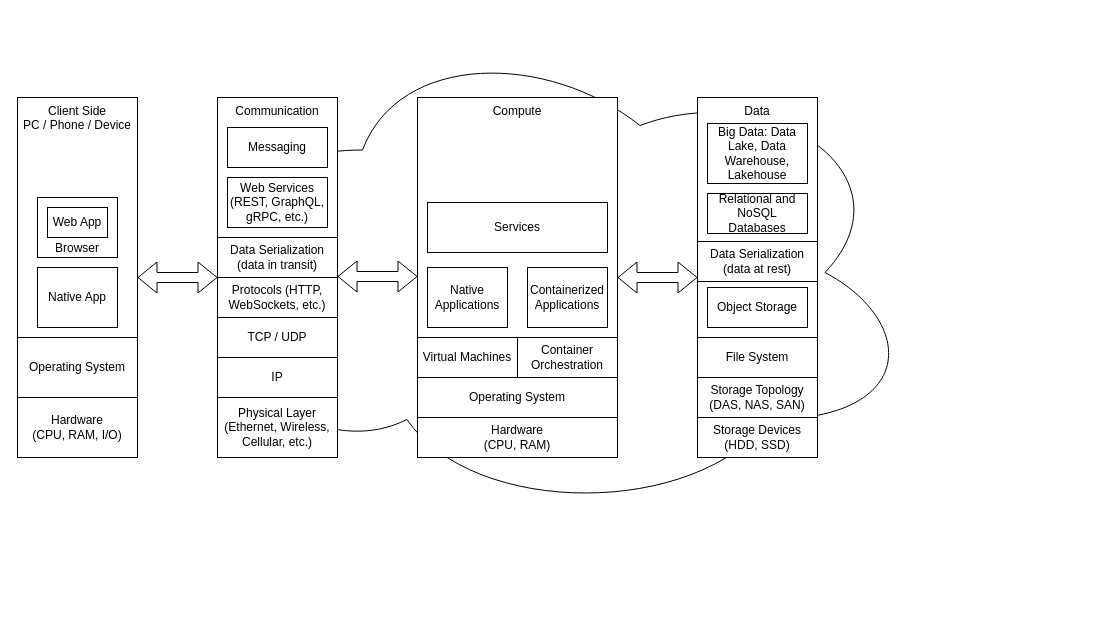
This is page "Stack" (2 of 2) of diagrams/cloud.drawio from yoadg/yoadg.github.io, a draw.io file, before an edit. Source tidied: cells renumbered, new cells numbered last; positions are measured from the earlier drawing's top-left corner, leaving out a move shared by most shapes. Both pictures are drawn from the tidied source at 100%, with x=0, y=0 at pixel (17, 27).
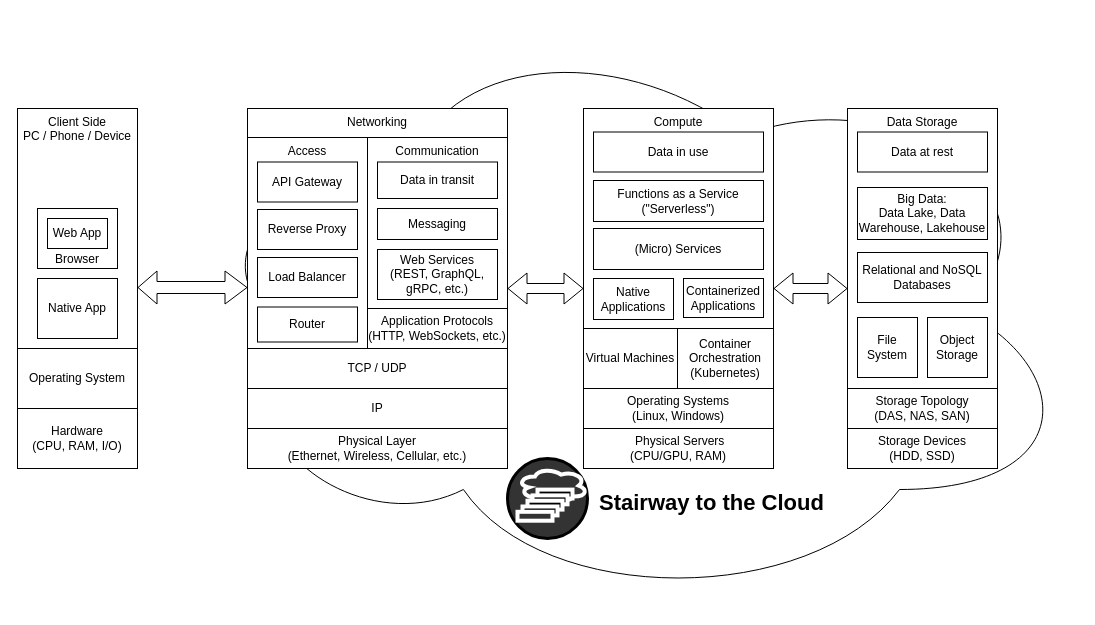
The same diagram, later.

Commit message (it also covers changes not shown here):
Cloud stack

What changed in the source:
```diff
@@
     <mxCell id="2" style="ellipse;shape=cloud;whiteSpace=wrap;html=1;" parent="1" vertex="1">
-      <mxGeometry x="160" width="740" height="490" as="geometry" />
+      <mxGeometry x="170" y="-10" width="890" height="590" as="geometry" />
     </mxCell>
+    <mxCell id="9" value="Networking" style="rounded=0;whiteSpace=wrap;html=1;verticalAlign=top;" parent="1" vertex="1">
+      <mxGeometry x="230" y="81" width="260" height="360" as="geometry" />
+    </mxCell>
+    <mxCell id="36" value="Access" style="rounded=0;whiteSpace=wrap;html=1;verticalAlign=top;" parent="1" vertex="1">
+      <mxGeometry x="230" y="110" width="120" height="211" as="geometry" />
+    </mxCell>
+    <mxCell id="37" value="Communication" style="rounded=0;whiteSpace=wrap;html=1;verticalAlign=top;" parent="1" vertex="1">
+      <mxGeometry x="350" y="110" width="140" height="171" as="geometry" />
+    </mxCell>
     <mxCell id="3" value="Client Side&lt;br&gt;PC / Phone / Device" style="rounded=0;whiteSpace=wrap;html=1;verticalAlign=top;" parent="1" vertex="1">
-      <mxGeometry y="70" width="120" height="360" as="geometry" />
+      <mxGeometry y="81" width="120" height="360" as="geometry" />
     </mxCell>
     <mxCell id="4" value="Hardware &lt;br&gt;(CPU, RAM, I/O)" style="rounded=0;whiteSpace=wrap;html=1;" parent="1" vertex="1">
-      <mxGeometry y="370" width="120" height="60" as="geometry" />
+      <mxGeometry y="381" width="120" height="60" as="geometry" />
     </mxCell>
     <mxCell id="5" value="Operating System" style="rounded=0;whiteSpace=wrap;html=1;" parent="1" vertex="1">
-      <mxGeometry y="310" width="120" height="60" as="geometry" />
+      <mxGeometry y="321" width="120" height="60" as="geometry" />
     </mxCell>
     <mxCell id="6" value="Browser" style="rounded=0;whiteSpace=wrap;html=1;verticalAlign=bottom;" parent="1" vertex="1">
-      <mxGeometry x="20" y="170" width="80" height="60" as="geometry" />
+      <mxGeometry x="20" y="181" width="80" height="60" as="geometry" />
     </mxCell>
     <mxCell id="7" value="Web App" style="rounded=0;whiteSpace=wrap;html=1;" parent="1" vertex="1">
-      <mxGeometry x="30" y="180" width="60" height="30" as="geometry" />
+      <mxGeometry x="30" y="191" width="60" height="30" as="geometry" />
     </mxCell>
     <mxCell id="8" value="Native App" style="rounded=0;whiteSpace=wrap;html=1;" parent="1" vertex="1">
-      <mxGeometry x="20" y="240" width="80" height="60" as="geometry" />
+      <mxGeometry x="20" y="251" width="80" height="60" as="geometry" />
     </mxCell>
-    <mxCell id="9" value="Communication" style="rounded=0;whiteSpace=wrap;html=1;verticalAlign=top;" parent="1" vertex="1">
-      <mxGeometry x="200" y="70" width="120" height="360" as="geometry" />
-    </mxCell>
-    <mxCell id="10" value="Physical Layer (Ethernet, Wireless, Cellular, etc.)" style="rounded=0;whiteSpace=wrap;html=1;" parent="1" vertex="1">
-      <mxGeometry x="200" y="370" width="120" height="60" as="geometry" />
+    <mxCell id="10" value="Physical Layer &lt;br&gt;(Ethernet, Wireless, Cellular, etc.)" style="rounded=0;whiteSpace=wrap;html=1;" parent="1" vertex="1">
+      <mxGeometry x="230" y="401" width="260" height="40" as="geometry" />
     </mxCell>
     <mxCell id="11" value="IP" style="rounded=0;whiteSpace=wrap;html=1;" parent="1" vertex="1">
-      <mxGeometry x="200" y="330" width="120" height="40" as="geometry" />
+      <mxGeometry x="230" y="361" width="260" height="40" as="geometry" />
     </mxCell>
     <mxCell id="12" value="TCP / UDP" style="rounded=0;whiteSpace=wrap;html=1;" parent="1" vertex="1">
-      <mxGeometry x="200" y="290" width="120" height="40" as="geometry" />
+      <mxGeometry x="230" y="321" width="260" height="40" as="geometry" />
     </mxCell>
-    <mxCell id="13" value="Protocols (HTTP, WebSockets, etc.)" style="rounded=0;whiteSpace=wrap;html=1;" parent="1" vertex="1">
-      <mxGeometry x="200" y="250" width="120" height="40" as="geometry" />
+    <mxCell id="13" value="Application Protocols (HTTP, WebSockets, etc.)" style="rounded=0;whiteSpace=wrap;html=1;" parent="1" vertex="1">
+      <mxGeometry x="350" y="281" width="140" height="40" as="geometry" />
     </mxCell>
-    <mxCell id="14" value="Web Services (REST, GraphQL, gRPC, etc.)" style="rounded=0;whiteSpace=wrap;html=1;" parent="1" vertex="1">
-      <mxGeometry x="210" y="150" width="100" height="50" as="geometry" />
+    <mxCell id="14" value="Web Services &lt;br&gt;(REST, GraphQL, gRPC, etc.)" style="rounded=0;whiteSpace=wrap;html=1;" parent="1" vertex="1">
+      <mxGeometry x="360" y="222" width="120" height="50" as="geometry" />
     </mxCell>
     <mxCell id="15" value="Messaging" style="rounded=0;whiteSpace=wrap;html=1;" parent="1" vertex="1">
-      <mxGeometry x="210" y="100" width="100" height="40" as="geometry" />
+      <mxGeometry x="360" y="181" width="120" height="31" as="geometry" />
     </mxCell>
     <mxCell id="16" value="Compute" style="rounded=0;whiteSpace=wrap;html=1;verticalAlign=top;" parent="1" vertex="1">
-      <mxGeometry x="400" y="70" width="200" height="360" as="geometry" />
+      <mxGeometry x="566" y="81" width="190" height="360" as="geometry" />
     </mxCell>
-    <mxCell id="17" value="Hardware &lt;br&gt;(CPU, RAM)" style="rounded=0;whiteSpace=wrap;html=1;" parent="1" vertex="1">
-      <mxGeometry x="400" y="390" width="200" height="40" as="geometry" />
+    <mxCell id="17" value="&amp;nbsp;Physical Servers&lt;br&gt;(CPU/GPU, RAM)" style="rounded=0;whiteSpace=wrap;html=1;" parent="1" vertex="1">
+      <mxGeometry x="566" y="401" width="190" height="40" as="geometry" />
     </mxCell>
-    <mxCell id="18" value="Operating System" style="rounded=0;whiteSpace=wrap;html=1;" parent="1" vertex="1">
-      <mxGeometry x="400" y="350" width="200" height="40" as="geometry" />
+    <mxCell id="18" value="Operating Systems&lt;br&gt;(Linux, Windows)" style="rounded=0;whiteSpace=wrap;html=1;" parent="1" vertex="1">
+      <mxGeometry x="566" y="361" width="190" height="40" as="geometry" />
     </mxCell>
     <mxCell id="19" value="Virtual Machines" style="rounded=0;whiteSpace=wrap;html=1;" parent="1" vertex="1">
-      <mxGeometry x="400" y="310" width="100" height="40" as="geometry" />
+      <mxGeometry x="566" y="301" width="94" height="60" as="geometry" />
     </mxCell>
-    <mxCell id="20" value="Container Orchestration" style="rounded=0;whiteSpace=wrap;html=1;" parent="1" vertex="1">
-      <mxGeometry x="500" y="310" width="100" height="40" as="geometry" />
+    <mxCell id="20" value="Container Orchestration&lt;br&gt;(Kubernetes)" style="rounded=0;whiteSpace=wrap;html=1;" parent="1" vertex="1">
+      <mxGeometry x="660" y="301" width="96" height="60" as="geometry" />
     </mxCell>
-    <mxCell id="21" value="Data" style="rounded=0;whiteSpace=wrap;html=1;verticalAlign=top;" parent="1" vertex="1">
-      <mxGeometry x="680" y="70" width="120" height="360" as="geometry" />
+    <mxCell id="21" value="Data Storage" style="rounded=0;whiteSpace=wrap;html=1;verticalAlign=top;" parent="1" vertex="1">
+      <mxGeometry x="830" y="81" width="150" height="360" as="geometry" />
     </mxCell>
-    <mxCell id="22" value="Storage Devices (HDD, SSD)" style="rounded=0;whiteSpace=wrap;html=1;" parent="1" vertex="1">
-      <mxGeometry x="680" y="390" width="120" height="40" as="geometry" />
+    <mxCell id="22" value="Storage Devices &lt;br&gt;(HDD, SSD)" style="rounded=0;whiteSpace=wrap;html=1;" parent="1" vertex="1">
+      <mxGeometry x="830" y="401" width="150" height="40" as="geometry" />
     </mxCell>
-    <mxCell id="23" value="Storage Topology (DAS, NAS, SAN)" style="rounded=0;whiteSpace=wrap;html=1;" parent="1" vertex="1">
-      <mxGeometry x="680" y="350" width="120" height="40" as="geometry" />
+    <mxCell id="23" value="Storage Topology &lt;br&gt;(DAS, NAS, SAN)" style="rounded=0;whiteSpace=wrap;html=1;" parent="1" vertex="1">
+      <mxGeometry x="830" y="361" width="150" height="40" as="geometry" />
     </mxCell>
     <mxCell id="24" value="File System" style="rounded=0;whiteSpace=wrap;html=1;" parent="1" vertex="1">
-      <mxGeometry x="680" y="310" width="120" height="40" as="geometry" />
+      <mxGeometry x="840" y="290" width="60" height="60" as="geometry" />
     </mxCell>
     <mxCell id="25" value="Object Storage" style="rounded=0;whiteSpace=wrap;html=1;" parent="1" vertex="1">
-      <mxGeometry x="690" y="260" width="100" height="40" as="geometry" />
+      <mxGeometry x="910" y="290" width="60" height="60" as="geometry" />
     </mxCell>
     <mxCell id="26" value="Relational and NoSQL Databases" style="rounded=0;whiteSpace=wrap;html=1;" parent="1" vertex="1">
-      <mxGeometry x="690" y="166" width="100" height="40" as="geometry" />
+      <mxGeometry x="840" y="225" width="130" height="50" as="geometry" />
     </mxCell>
-    <mxCell id="27" value="Big Data: Data Lake, Data Warehouse, Lakehouse" style="rounded=0;whiteSpace=wrap;html=1;" parent="1" vertex="1">
-      <mxGeometry x="690" y="96" width="100" height="60" as="geometry" />
+    <mxCell id="27" value="Big Data: &lt;br&gt;Data Lake, Data Warehouse, Lakehouse" style="rounded=0;whiteSpace=wrap;html=1;" parent="1" vertex="1">
+      <mxGeometry x="840" y="160" width="130" height="52" as="geometry" />
     </mxCell>
     <mxCell id="28" value="Containerized Applications" style="rounded=0;whiteSpace=wrap;html=1;" parent="1" vertex="1">
-      <mxGeometry x="510" y="240" width="80" height="60" as="geometry" />
+      <mxGeometry x="666" y="251" width="80" height="39" as="geometry" />
     </mxCell>
-    <mxCell id="29" value="Data Serialization&lt;br&gt;(data in transit)" style="rounded=0;whiteSpace=wrap;html=1;" parent="1" vertex="1">
-      <mxGeometry x="200" y="210" width="120" height="40" as="geometry" />
+    <mxCell id="29" value="Data in transit" style="rounded=0;whiteSpace=wrap;html=1;" parent="1" vertex="1">
+      <mxGeometry x="360" y="134.5" width="120" height="36.5" as="geometry" />
     </mxCell>
-    <mxCell id="30" value="Data Serialization&lt;br&gt;(data at rest)" style="rounded=0;whiteSpace=wrap;html=1;" parent="1" vertex="1">
-      <mxGeometry x="680" y="214" width="120" height="40" as="geometry" />
+    <mxCell id="30" value="Data at rest" style="rounded=0;whiteSpace=wrap;html=1;" parent="1" vertex="1">
+      <mxGeometry x="840" y="104.5" width="130" height="40" as="geometry" />
     </mxCell>
     <mxCell id="31" value="Native Applications" style="rounded=0;whiteSpace=wrap;html=1;" parent="1" vertex="1">
-      <mxGeometry x="410" y="240" width="80" height="60" as="geometry" />
+      <mxGeometry x="576" y="251" width="80" height="41" as="geometry" />
     </mxCell>
-    <mxCell id="32" value="Services" style="rounded=0;whiteSpace=wrap;html=1;" parent="1" vertex="1">
-      <mxGeometry x="410" y="175" width="180" height="50" as="geometry" />
+    <mxCell id="32" value="Functions as a Service (&quot;Serverless&quot;)" style="rounded=0;whiteSpace=wrap;html=1;" parent="1" vertex="1">
+      <mxGeometry x="576" y="153" width="170" height="41" as="geometry" />
     </mxCell>
-    <mxCell id="33" style="shape=flexArrow;endArrow=classic;startArrow=classic;html=1;rounded=0;entryX=0;entryY=0.5;entryDx=0;entryDy=0;exitX=1;exitY=0.5;exitDx=0;exitDy=0;" parent="1" edge="1" source="16" target="21">
+    <mxCell id="33" style="shape=flexArrow;endArrow=classic;startArrow=classic;html=1;rounded=0;exitX=1;exitY=0.5;exitDx=0;exitDy=0;entryX=0;entryY=0.5;entryDx=0;entryDy=0;" parent="1" edge="1" source="16" target="21">
       <mxGeometry relative="1" as="geometry" />
     </mxCell>
-    <mxCell id="34" style="shape=flexArrow;endArrow=classic;startArrow=classic;html=1;rounded=0;entryX=0;entryY=0.5;entryDx=0;entryDy=0;exitX=1;exitY=0.5;exitDx=0;exitDy=0;" parent="1" edge="1">
-      <mxGeometry relative="1" as="geometry">
-        <mxPoint x="320" y="249" as="sourcePoint" />
-        <mxPoint x="400" y="249" as="targetPoint" />
-      </mxGeometry>
-    </mxCell>
-    <mxCell id="35" style="shape=flexArrow;endArrow=classic;startArrow=classic;html=1;rounded=0;entryX=0;entryY=0;entryDx=0;entryDy=0;exitX=1;exitY=0.5;exitDx=0;exitDy=0;" parent="1" edge="1" source="3" target="13">
-      <mxGeometry relative="1" as="geometry" />
+    <mxCell id="35" style="shape=flexArrow;endArrow=classic;startArrow=classic;html=1;rounded=0;exitX=1;exitY=0.5;exitDx=0;exitDy=0;width=12;endSize=7;" parent="1" edge="1">
+      <mxGeometry relative="1" as="geometry">
+        <mxPoint x="120" y="260" as="sourcePoint" />
+        <mxPoint x="230" y="260" as="targetPoint" />
+      </mxGeometry>
     </mxCell>
+    <mxCell id="38" value="Router" style="rounded=0;whiteSpace=wrap;html=1;" parent="1" vertex="1">
+      <mxGeometry x="240" y="279.5" width="100" height="35" as="geometry" />
+    </mxCell>
+    <mxCell id="39" value="Load Balancer" style="rounded=0;whiteSpace=wrap;html=1;" parent="1" vertex="1">
+      <mxGeometry x="240" y="230" width="100" height="40" as="geometry" />
+    </mxCell>
+    <mxCell id="40" value="Reverse Proxy" style="rounded=0;whiteSpace=wrap;html=1;" parent="1" vertex="1">
+      <mxGeometry x="240" y="182" width="100" height="40" as="geometry" />
+    </mxCell>
+    <mxCell id="41" value="API Gateway" style="rounded=0;whiteSpace=wrap;html=1;" parent="1" vertex="1">
+      <mxGeometry x="240" y="134.5" width="100" height="40" as="geometry" />
+    </mxCell>
+    <mxCell id="42" style="group;" parent="1" vertex="1">
+      <mxGeometry x="490" y="431" width="90" height="80" as="geometry" />
+    </mxCell>
+    <mxCell id="43" style="ellipse;whiteSpace=wrap;html=1;fillStyle=solid;strokeColor=#000000;strokeWidth=3;fillColor=#333333;" parent="42" vertex="1">
+      <mxGeometry width="80" height="80" as="geometry" />
+    </mxCell>
+    <mxCell id="44" style="ellipse;shape=cloud;whiteSpace=wrap;html=1;strokeColor=#FFFFFF;strokeWidth=4;fillColor=none;" parent="42" vertex="1">
+      <mxGeometry x="10" y="8.9" width="70" height="36.4" as="geometry" />
+    </mxCell>
+    <mxCell id="45" style="rounded=0;whiteSpace=wrap;html=1;strokeColor=#FFFFFF;fillColor=#000000;strokeWidth=4;" parent="42" vertex="1">
+      <mxGeometry x="30" y="31.1" width="35" height="8.9" as="geometry" />
+    </mxCell>
+    <mxCell id="46" style="rounded=0;whiteSpace=wrap;html=1;strokeColor=#FFFFFF;fillColor=#000000;strokeWidth=4;" parent="42" vertex="1">
+      <mxGeometry x="25" y="36.9" width="35" height="8.9" as="geometry" />
+    </mxCell>
+    <mxCell id="47" style="rounded=0;whiteSpace=wrap;html=1;strokeColor=#FFFFFF;fillColor=#000000;strokeWidth=4;" parent="42" vertex="1">
+      <mxGeometry x="20" y="42.2" width="35" height="8.9" as="geometry" />
+    </mxCell>
+    <mxCell id="48" style="rounded=0;whiteSpace=wrap;html=1;strokeColor=#FFFFFF;fillColor=#000000;strokeWidth=4;" parent="42" vertex="1">
+      <mxGeometry x="15" y="48" width="35" height="8.9" as="geometry" />
+    </mxCell>
+    <mxCell id="49" style="rounded=0;whiteSpace=wrap;html=1;strokeColor=#FFFFFF;fillColor=#333333;strokeWidth=4;" parent="42" vertex="1">
+      <mxGeometry x="10" y="53.3" width="35" height="8.9" as="geometry" />
+    </mxCell>
+    <mxCell id="50" value="&lt;h1 style=&quot;font-size: 22px;&quot;&gt;Stairway to the Cloud&lt;/h1&gt;" style="text;strokeColor=none;align=left;fillColor=none;html=1;verticalAlign=middle;whiteSpace=wrap;rounded=0;fontSize=22;" parent="1" vertex="1">
+      <mxGeometry x="580" y="461" width="270" height="30" as="geometry" />
+    </mxCell>
+    <mxCell id="51" value="Data in use" style="rounded=0;whiteSpace=wrap;html=1;" parent="1" vertex="1">
+      <mxGeometry x="576" y="104.5" width="170" height="40" as="geometry" />
+    </mxCell>
+    <mxCell id="52" style="shape=flexArrow;endArrow=classic;startArrow=classic;html=1;rounded=0;exitX=1;exitY=0.5;exitDx=0;exitDy=0;entryX=0;entryY=0.5;entryDx=0;entryDy=0;" parent="1" edge="1" target="16">
+      <mxGeometry relative="1" as="geometry">
+        <mxPoint x="490" y="261" as="sourcePoint" />
+      </mxGeometry>
+    </mxCell>
+    <mxCell id="53" value="(Micro) Services" style="rounded=0;whiteSpace=wrap;html=1;" parent="1" vertex="1">
+      <mxGeometry x="576" y="201" width="170" height="41" as="geometry" />
+    </mxCell>
```
